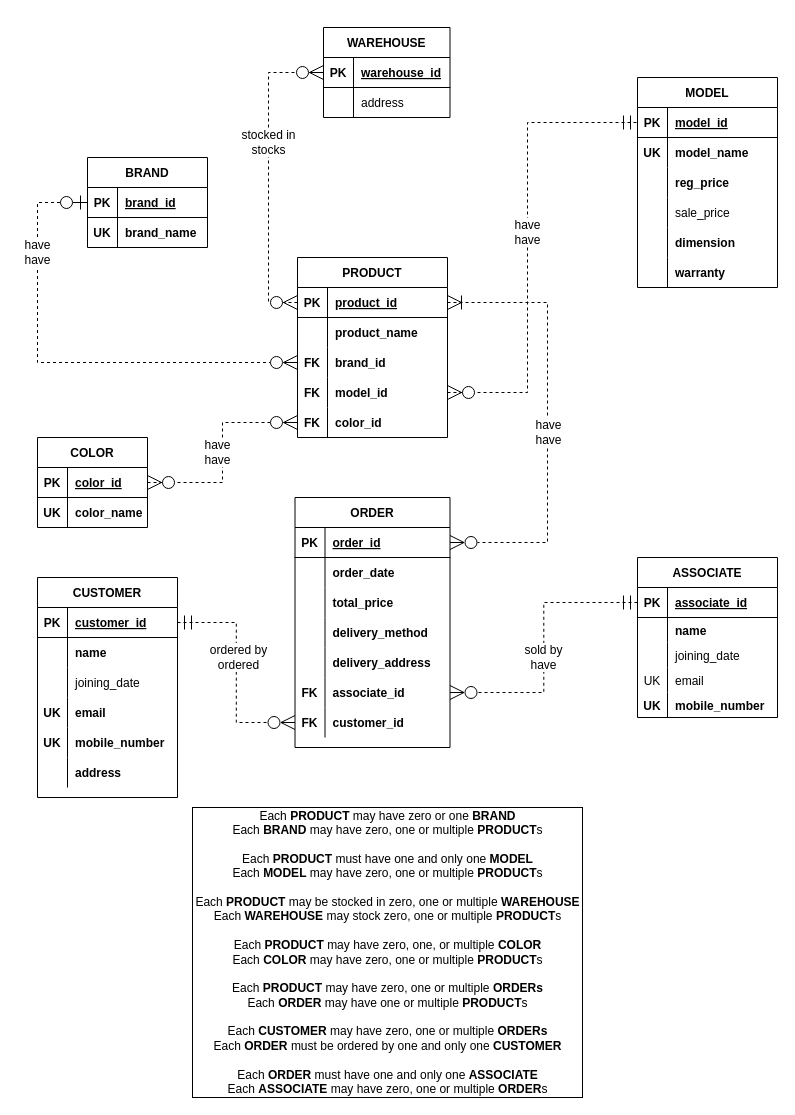
Earlier version of the draw.io diagram page "Page-1" (1 of 2) of Project/ER-Diargram.drawio (asiffmahmudd/database-csd2206). Source tidied: cells renumbered, new cells numbered last; positions are measured from the earlier drawing's top-left corner, leaving out a move shared by most shapes. Both pictures are drawn from the tidied source at 100%, with x=0, y=0 at pixel (17, 27).
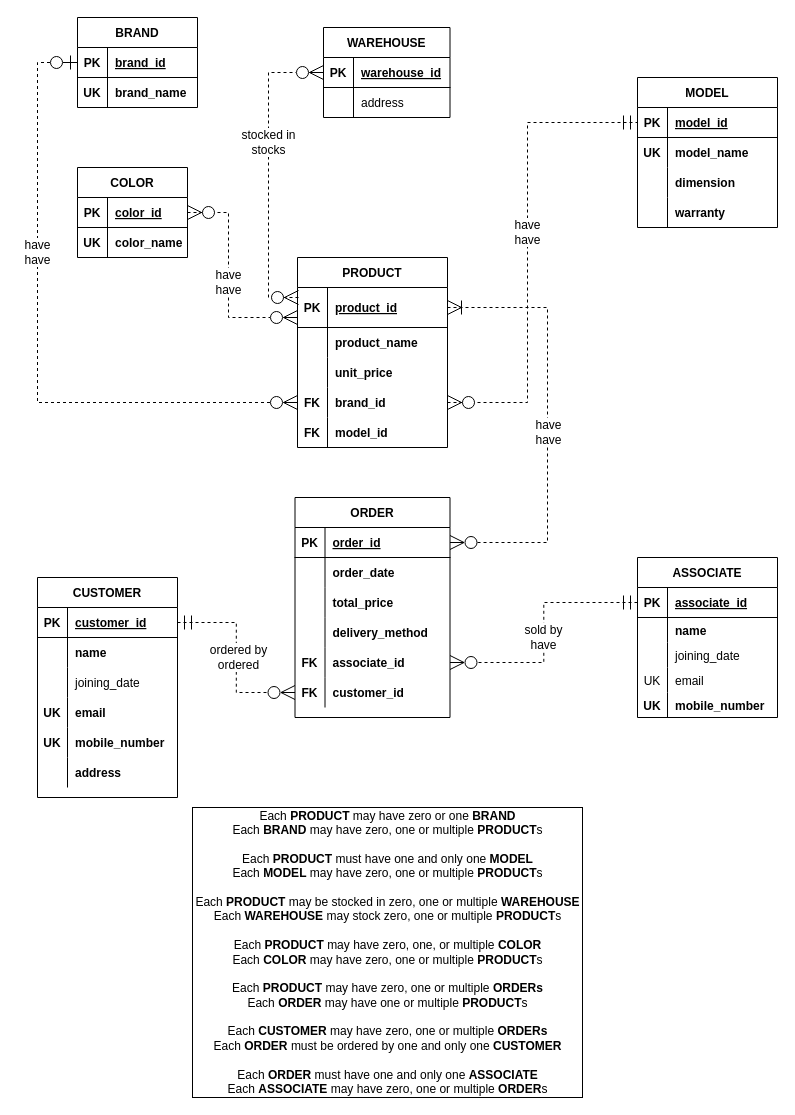
The same page after the edit.

The change refers to these unchanged cells:
```xml
<mxCell id="3" style="shape=partialRectangle;fillColor=none;top=0;left=0;bottom=1;right=0;points=[[0,0.5],[1,0.5]];portConstraint=eastwest;" parent="2" vertex="1">
  <mxGeometry y="30" width="120" height="30" as="geometry" />
</mxCell>
<mxCell id="10" style="shape=partialRectangle;fillColor=none;top=0;left=0;bottom=1;right=0;points=[[0,0.5],[1,0.5]];portConstraint=eastwest;" parent="9" vertex="1">
  <mxGeometry y="30" width="140" height="30" as="geometry" />
</mxCell>
<mxCell id="47" style="shape=partialRectangle;fillColor=none;top=0;left=0;bottom=1;right=0;points=[[0,0.5],[1,0.5]];portConstraint=eastwest;" parent="46" vertex="1">
  <mxGeometry y="30" width="110" height="30" as="geometry" />
</mxCell>
<mxCell id="58" style="shape=partialRectangle;fillColor=none;top=0;left=0;bottom=1;right=0;points=[[0,0.5],[1,0.5]];portConstraint=eastwest;labelBackgroundColor=default;" parent="57" vertex="1">
  <mxGeometry y="30" width="155" height="30" as="geometry" />
</mxCell>
<mxCell id="102" style="shape=partialRectangle;fillColor=none;top=0;left=0;bottom=1;right=0;points=[[0,0.5],[1,0.5]];portConstraint=eastwest;labelBackgroundColor=default;" parent="101" vertex="1">
  <mxGeometry y="30" width="126.5" height="30" as="geometry" />
</mxCell>
```

The edit, as a diff of the source:
```diff
@@
     <mxCell id="2" value="BRAND" style="shape=table;startSize=30;childLayout=tableLayout;rowLines=0;fontStyle=1;align=center;" parent="1" vertex="1">
-      <mxGeometry x="70" y="130" width="120" height="90" as="geometry" />
+      <mxGeometry x="60" y="-10" width="120" height="90" as="geometry" />
     </mxCell>
@@
     <mxCell id="9" value="MODEL" style="shape=table;startSize=30;childLayout=tableLayout;rowLines=0;fontStyle=1;align=center;" parent="1" vertex="1">
-      <mxGeometry x="620" y="50" width="140" height="210" as="geometry" />
+      <mxGeometry x="620" y="50" width="140" height="150" as="geometry" />
     </mxCell>
@@
-    <mxCell id="16" style="shape=partialRectangle;fillColor=none;top=0;left=0;bottom=0;right=0;" parent="9" vertex="1">
-      <mxGeometry y="90" width="140" height="30" as="geometry" />
-    </mxCell>
-    <mxCell id="17" style="shape=partialRectangle;fillColor=none;top=0;left=0;bottom=0;right=0;overflow=hidden;" parent="16" vertex="1">
-      <mxGeometry width="30" height="30" as="geometry" />
-    </mxCell>
-    <mxCell id="18" value="reg_price" style="shape=partialRectangle;fillColor=none;top=0;left=0;bottom=0;right=0;align=left;spacingLeft=6;overflow=hidden;fontStyle=1;" parent="16" vertex="1">
-      <mxGeometry x="30" width="110" height="30" as="geometry" />
-    </mxCell>
-    <mxCell id="19" style="shape=partialRectangle;fillColor=none;top=0;left=0;bottom=0;right=0;" parent="9" vertex="1">
-      <mxGeometry y="120" width="140" height="30" as="geometry" />
-    </mxCell>
-    <mxCell id="20" style="shape=partialRectangle;fillColor=none;top=0;left=0;bottom=0;right=0;overflow=hidden;" parent="19" vertex="1">
-      <mxGeometry width="30" height="30" as="geometry" />
-    </mxCell>
-    <mxCell id="21" value="sale_price" style="shape=partialRectangle;fillColor=none;top=0;left=0;bottom=0;right=0;align=left;spacingLeft=6;overflow=hidden;fontStyle=0;" parent="19" vertex="1">
-      <mxGeometry x="30" width="110" height="30" as="geometry" />
-    </mxCell>
     <mxCell id="22" style="shape=partialRectangle;fillColor=none;top=0;left=0;bottom=0;right=0;" parent="9" vertex="1">
-      <mxGeometry y="150" width="140" height="30" as="geometry" />
+      <mxGeometry y="90" width="140" height="30" as="geometry" />
     </mxCell>
@@
     <mxCell id="25" style="shape=partialRectangle;fillColor=none;top=0;left=0;bottom=0;right=0;" parent="9" vertex="1">
-      <mxGeometry y="180" width="140" height="30" as="geometry" />
+      <mxGeometry y="120" width="140" height="30" as="geometry" />
     </mxCell>
@@
     <mxCell id="28" value="PRODUCT" style="shape=table;startSize=30;childLayout=tableLayout;rowLines=0;fontStyle=1;align=center;" parent="1" vertex="1">
-      <mxGeometry x="280" y="230" width="150" height="180" as="geometry" />
+      <mxGeometry x="280" y="230" width="150" height="190" as="geometry" />
     </mxCell>
     <mxCell id="29" style="shape=partialRectangle;fillColor=none;top=0;left=0;bottom=1;right=0;points=[[0,0.5],[1,0.5]];portConstraint=eastwest;" parent="28" vertex="1">
-      <mxGeometry y="30" width="150" height="30" as="geometry" />
+      <mxGeometry y="30" width="150" height="40" as="geometry" />
     </mxCell>
     <mxCell id="30" value="PK" style="shape=partialRectangle;fillColor=none;top=0;left=0;bottom=0;right=0;fontStyle=1;overflow=hidden;" parent="29" vertex="1">
-      <mxGeometry width="30" height="30" as="geometry" />
+      <mxGeometry width="30" height="40" as="geometry" />
     </mxCell>
     <mxCell id="31" value="product_id" style="shape=partialRectangle;fillColor=none;top=0;left=0;bottom=0;right=0;align=left;spacingLeft=6;fontStyle=5;overflow=hidden;" parent="29" vertex="1">
-      <mxGeometry x="30" width="120" height="30" as="geometry" />
+      <mxGeometry x="30" width="120" height="40" as="geometry" />
     </mxCell>
     <mxCell id="32" style="shape=partialRectangle;fillColor=none;top=0;left=0;bottom=0;right=0;" parent="28" vertex="1">
-      <mxGeometry y="60" width="150" height="30" as="geometry" />
+      <mxGeometry y="70" width="150" height="30" as="geometry" />
     </mxCell>
@@
+    <mxCell id="130" style="shape=partialRectangle;fillColor=none;top=0;left=0;bottom=0;right=0;" parent="28" vertex="1">
+      <mxGeometry y="100" width="150" height="30" as="geometry" />
+    </mxCell>
+    <mxCell id="131" style="shape=partialRectangle;fillColor=none;top=0;left=0;bottom=0;right=0;overflow=hidden;" parent="130" vertex="1">
+      <mxGeometry width="30" height="30" as="geometry" />
+    </mxCell>
+    <mxCell id="132" value="unit_price" style="shape=partialRectangle;fillColor=none;top=0;left=0;bottom=0;right=0;align=left;spacingLeft=6;overflow=hidden;fontStyle=1;" parent="130" vertex="1">
+      <mxGeometry x="30" width="120" height="30" as="geometry" />
+    </mxCell>
     <mxCell id="35" style="shape=partialRectangle;fillColor=none;top=0;left=0;bottom=0;right=0;points=[[0,0.5],[1,0.5]];portConstraint=eastwest;" parent="28" vertex="1">
-      <mxGeometry y="90" width="150" height="30" as="geometry" />
+      <mxGeometry y="130" width="150" height="30" as="geometry" />
     </mxCell>
@@
     <mxCell id="38" style="shape=partialRectangle;fillColor=none;top=0;left=0;bottom=0;right=0;points=[[0,0.5],[1,0.5]];portConstraint=eastwest;" parent="28" vertex="1">
-      <mxGeometry y="120" width="150" height="30" as="geometry" />
+      <mxGeometry y="160" width="150" height="30" as="geometry" />
     </mxCell>
@@
-    <mxCell id="41" style="shape=partialRectangle;fillColor=none;top=0;left=0;bottom=0;right=0;points=[[0,0.5],[1,0.5]];portConstraint=eastwest;" parent="28" vertex="1">
-      <mxGeometry y="150" width="150" height="30" as="geometry" />
-    </mxCell>
-    <mxCell id="42" value="FK" style="shape=partialRectangle;fillColor=none;top=0;left=0;bottom=0;right=0;overflow=hidden;fontStyle=1;" parent="41" vertex="1">
-      <mxGeometry width="30" height="30" as="geometry" />
-    </mxCell>
-    <mxCell id="43" value="color_id" style="shape=partialRectangle;fillColor=none;top=0;left=0;bottom=0;right=0;align=left;spacingLeft=6;overflow=hidden;fontStyle=1;" parent="41" vertex="1">
-      <mxGeometry x="30" width="120" height="30" as="geometry" />
-    </mxCell>
-    <mxCell id="44" style="endArrow=ERmandOne;dashed=1;html=1;rounded=0;edgeStyle=orthogonalEdgeStyle;entryX=0;entryY=0.5;entryDx=0;entryDy=0;endSize=12;startSize=12;startArrow=ERzeroToMany;startFill=1;endFill=0;" parent="1" edge="1" source="38" target="10">
+    <mxCell id="44" style="endArrow=ERmandOne;dashed=1;html=1;rounded=0;edgeStyle=orthogonalEdgeStyle;entryX=0;entryY=0.5;entryDx=0;entryDy=0;endSize=12;startSize=12;startArrow=ERzeroToMany;startFill=1;endFill=0;exitX=1;exitY=0.5;exitDx=0;exitDy=0;" parent="1" edge="1" source="35" target="10">
       <mxGeometry relative="1" as="geometry">
         <Array as="points">
-          <mxPoint x="510" y="365" />
+          <mxPoint x="510" y="375" />
           <mxPoint x="510" y="95" />
         </Array>
       </mxGeometry>
     </mxCell>
     <mxCell id="45" style="endArrow=ERzeroToMany;dashed=1;html=1;rounded=0;edgeStyle=orthogonalEdgeStyle;exitX=0;exitY=0.5;exitDx=0;exitDy=0;entryX=0;entryY=0.5;entryDx=0;entryDy=0;endSize=12;startSize=12;startArrow=ERzeroToOne;startFill=0;endFill=0;" parent="1" edge="1" source="3" target="35">
       <mxGeometry relative="1" as="geometry">
         <Array as="points">
-          <mxPoint x="20" y="175" />
-          <mxPoint x="20" y="335" />
+          <mxPoint x="20" y="35" />
+          <mxPoint x="20" y="375" />
         </Array>
       </mxGeometry>
     </mxCell>
     <mxCell id="46" value="COLOR" style="shape=table;startSize=30;childLayout=tableLayout;rowLines=0;fontStyle=1;align=center;" parent="1" vertex="1">
-      <mxGeometry x="20" y="410" width="110" height="90" as="geometry" />
+      <mxGeometry x="60" y="140" width="110" height="90" as="geometry" />
     </mxCell>
@@
-    <mxCell id="53" style="endArrow=ERzeroToMany;dashed=1;html=1;rounded=0;startSize=12;endSize=12;edgeStyle=orthogonalEdgeStyle;exitX=1;exitY=0.5;exitDx=0;exitDy=0;entryX=0;entryY=0.5;entryDx=0;entryDy=0;endFill=0;startArrow=ERzeroToMany;startFill=1;" parent="1" edge="1" source="47" target="41">
-      <mxGeometry relative="1" as="geometry" />
+    <mxCell id="53" style="endArrow=ERzeroToMany;dashed=1;html=1;rounded=0;startSize=12;endSize=12;edgeStyle=orthogonalEdgeStyle;exitX=1;exitY=0.5;exitDx=0;exitDy=0;entryX=0;entryY=0.75;entryDx=0;entryDy=0;endFill=0;startArrow=ERzeroToMany;startFill=1;entryPerimeter=0;" parent="1" edge="1" source="47" target="29">
+      <mxGeometry relative="1" as="geometry">
+        <Array as="points">
+          <mxPoint x="211" y="185" />
+          <mxPoint x="211" y="290" />
+        </Array>
+      </mxGeometry>
     </mxCell>
@@
     <mxCell id="56" value="have&lt;br&gt;have" style="text;html=1;align=center;verticalAlign=middle;fillColor=none;strokeColor=none;rounded=0;labelBackgroundColor=default;" parent="1" vertex="1">
-      <mxGeometry x="180" y="410" width="40" height="30" as="geometry" />
+      <mxGeometry x="191" y="240" width="40" height="30" as="geometry" />
     </mxCell>
     <mxCell id="57" value="ORDER" style="shape=table;startSize=30;childLayout=tableLayout;rowLines=0;fontStyle=1;align=center;labelBackgroundColor=default;" parent="1" vertex="1">
-      <mxGeometry x="277.5" y="470" width="155" height="250" as="geometry" />
+      <mxGeometry x="277.5" y="470" width="155" height="220" as="geometry" />
     </mxCell>
@@
-    <mxCell id="70" style="shape=partialRectangle;fillColor=none;top=0;left=0;bottom=0;right=0;labelBackgroundColor=default;" parent="57" vertex="1">
-      <mxGeometry y="150" width="155" height="30" as="geometry" />
-    </mxCell>
-    <mxCell id="71" style="shape=partialRectangle;fillColor=none;top=0;left=0;bottom=0;right=0;overflow=hidden;labelBackgroundColor=default;" parent="70" vertex="1">
-      <mxGeometry width="30" height="30" as="geometry" />
-    </mxCell>
-    <mxCell id="72" value="delivery_address" style="shape=partialRectangle;fillColor=none;top=0;left=0;bottom=0;right=0;align=left;spacingLeft=6;overflow=hidden;labelBackgroundColor=default;fontStyle=1;" parent="70" vertex="1">
-      <mxGeometry x="30" width="125" height="30" as="geometry" />
-    </mxCell>
     <mxCell id="73" style="shape=partialRectangle;fillColor=none;top=0;left=0;bottom=0;right=0;points=[[0,0.5],[1,0.5]];portConstraint=eastwest;labelBackgroundColor=default;" parent="57" vertex="1">
-      <mxGeometry y="180" width="155" height="30" as="geometry" />
+      <mxGeometry y="150" width="155" height="30" as="geometry" />
     </mxCell>
@@
     <mxCell id="76" style="shape=partialRectangle;fillColor=none;top=0;left=0;bottom=0;right=0;points=[[0,0.5],[1,0.5]];portConstraint=eastwest;labelBackgroundColor=default;" parent="57" vertex="1">
-      <mxGeometry y="210" width="155" height="30" as="geometry" />
+      <mxGeometry y="180" width="155" height="30" as="geometry" />
     </mxCell>
@@
-    <mxCell id="79" style="endArrow=ERzeroToMany;dashed=1;html=1;rounded=0;startSize=12;endSize=12;edgeStyle=orthogonalEdgeStyle;exitX=1;exitY=0.5;exitDx=0;exitDy=0;entryX=1;entryY=0.5;entryDx=0;entryDy=0;startArrow=ERoneToMany;startFill=0;endFill=0;" parent="1" edge="1" source="29" target="58">
+    <mxCell id="79" style="endArrow=ERzeroToMany;dashed=1;html=1;rounded=0;startSize=12;endSize=12;edgeStyle=orthogonalEdgeStyle;entryX=1;entryY=0.5;entryDx=0;entryDy=0;startArrow=ERoneToMany;startFill=0;endFill=0;exitX=1;exitY=0.5;exitDx=0;exitDy=0;" parent="1" edge="1" source="29" target="58">
       <mxGeometry relative="1" as="geometry">
         <Array as="points">
-          <mxPoint x="530" y="275" />
+          <mxPoint x="530" y="280" />
           <mxPoint x="530" y="515" />
         </Array>
       </mxGeometry>
     </mxCell>
@@
-    <mxCell id="108" style="endArrow=ERzeroToMany;dashed=1;html=1;rounded=0;startSize=12;endSize=12;edgeStyle=orthogonalEdgeStyle;entryX=0;entryY=0.5;entryDx=0;entryDy=0;exitX=0;exitY=0.5;exitDx=0;exitDy=0;startArrow=ERzeroToMany;startFill=1;endFill=0;" parent="1" edge="1" source="29" target="102">
+    <mxCell id="108" style="endArrow=ERzeroToMany;dashed=1;html=1;rounded=0;startSize=12;endSize=12;edgeStyle=orthogonalEdgeStyle;entryX=0;entryY=0.5;entryDx=0;entryDy=0;startArrow=ERzeroToMany;startFill=1;endFill=0;" parent="1" edge="1" target="102">
       <mxGeometry relative="1" as="geometry">
+        <mxPoint x="281" y="270" as="sourcePoint" />
         <Array as="points">
-          <mxPoint x="251" y="275" />
+          <mxPoint x="251" y="270" />
           <mxPoint x="251" y="45" />
         </Array>
       </mxGeometry>
     </mxCell>
@@
     <mxCell id="129" value="sold by&lt;br&gt;have" style="text;html=1;align=center;verticalAlign=middle;fillColor=none;strokeColor=none;rounded=0;labelBackgroundColor=default;" parent="1" vertex="1">
-      <mxGeometry x="501" y="615" width="50" height="30" as="geometry" />
+      <mxGeometry x="501" y="595" width="50" height="30" as="geometry" />
     </mxCell>
```
